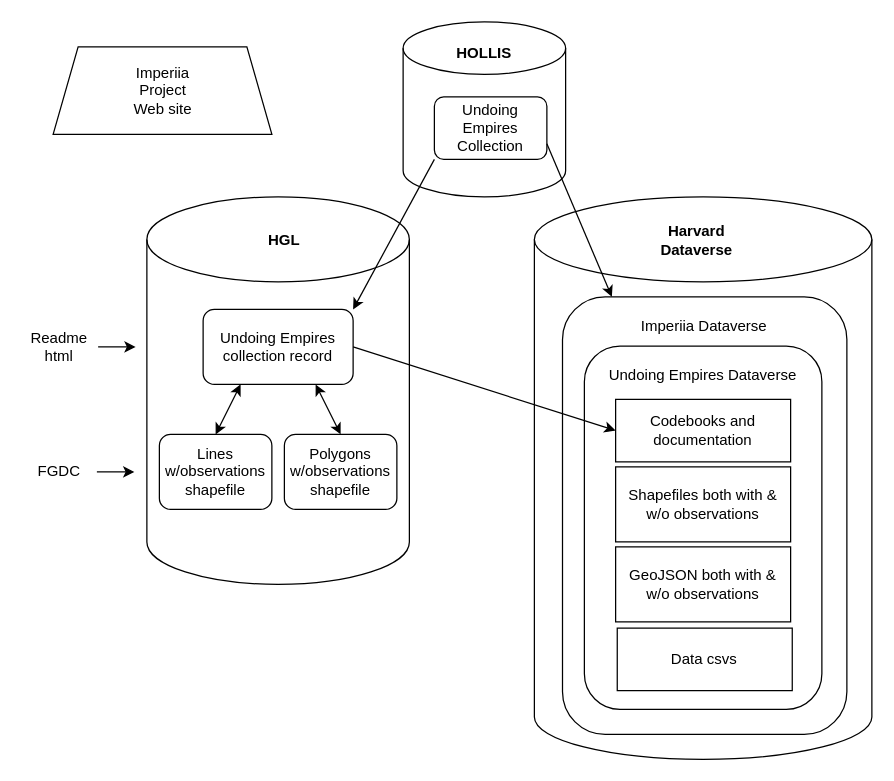
Before: AOK_data.drawio in mmcgee/AOK-2023, a draw.io diagram. Source tidied: cells renumbered, new cells numbered last; positions are measured from the earlier drawing's top-left corner, leaving out a move shared by most shapes. Both pictures are drawn from the tidied source at 125%, with x=0, y=0 at pixel (21, 21).
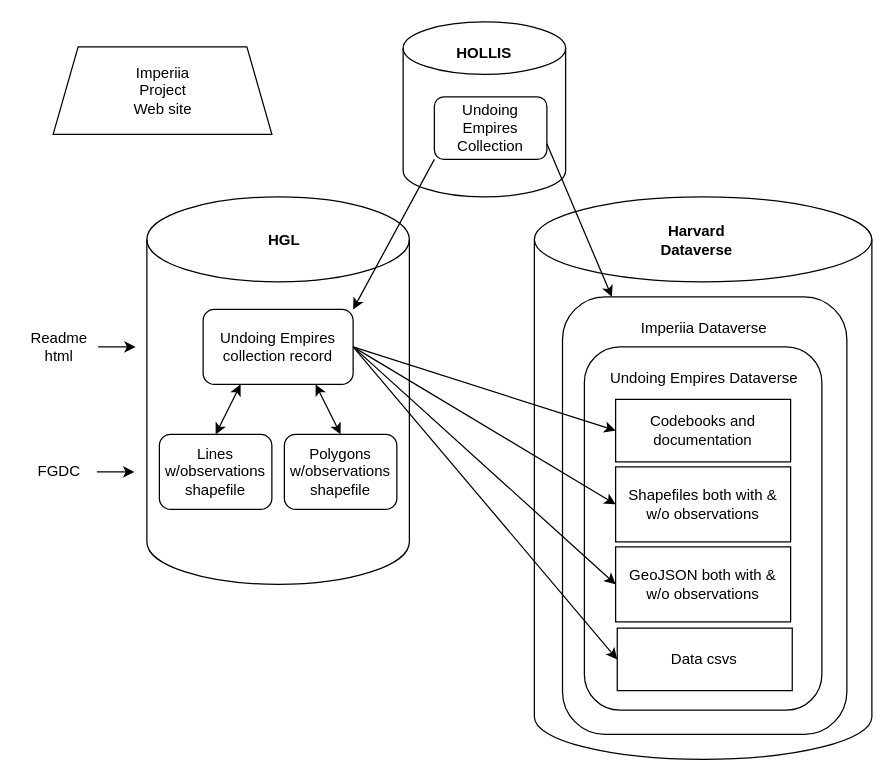
The same diagram, later.

The change refers to these unchanged cells:
```xml
<mxCell id="6" style="rounded=1;whiteSpace=wrap;html=1;" parent="1" vertex="1">
  <mxGeometry x="145" y="230" width="120" height="60" as="geometry" />
</mxCell>
<mxCell id="31" value="Shapefiles both with &amp;amp; w/o observations" style="rounded=0;whiteSpace=wrap;html=1;" parent="1" vertex="1">
  <mxGeometry x="475" y="356" width="140" height="60" as="geometry" />
</mxCell>
<mxCell id="32" value="GeoJSON both with &amp;amp; w/o observations" style="rounded=0;whiteSpace=wrap;html=1;" parent="1" vertex="1">
  <mxGeometry x="475" y="420" width="140" height="60" as="geometry" />
</mxCell>
<mxCell id="33" value="Data csvs" style="rounded=0;whiteSpace=wrap;html=1;" parent="1" vertex="1">
  <mxGeometry x="476.3" y="485" width="140" height="50" as="geometry" />
</mxCell>
```

The edit, as a diff of the source:
```diff
@@
     <mxCell id="25" style="rounded=1;whiteSpace=wrap;html=1;" parent="1" vertex="1">
-      <mxGeometry x="450" y="259.4" width="190" height="290.6" as="geometry" />
+      <mxGeometry x="450" y="260" width="190" height="290.6" as="geometry" />
     </mxCell>
     <mxCell id="26" value="Undoing Empires Dataverse" style="text;html=1;strokeColor=none;fillColor=none;align=center;verticalAlign=middle;whiteSpace=wrap;rounded=0;" parent="1" vertex="1">
-      <mxGeometry x="460" y="267.5" width="170" height="30" as="geometry" />
+      <mxGeometry x="461.3" y="270" width="170" height="30" as="geometry" />
     </mxCell>
     <mxCell id="27" value="Imperiia Dataverse" style="text;html=1;strokeColor=none;fillColor=none;align=center;verticalAlign=middle;whiteSpace=wrap;rounded=0;" parent="1" vertex="1">
-      <mxGeometry x="486.3" y="229.4" width="120" height="30" as="geometry" />
+      <mxGeometry x="486.3" y="230" width="120" height="30" as="geometry" />
     </mxCell>
@@
+    <mxCell id="35" style="endArrow=classic;html=1;rounded=0;exitX=1;exitY=0.5;exitDx=0;exitDy=0;entryX=0;entryY=0.5;entryDx=0;entryDy=0;" parent="1" edge="1" source="6" target="31">
+      <mxGeometry relative="1" as="geometry" />
+    </mxCell>
+    <mxCell id="36" style="endArrow=classic;html=1;rounded=0;entryX=0;entryY=0.5;entryDx=0;entryDy=0;exitX=1;exitY=0.5;exitDx=0;exitDy=0;" parent="1" edge="1" source="6" target="32">
+      <mxGeometry relative="1" as="geometry" />
+    </mxCell>
+    <mxCell id="37" style="endArrow=classic;html=1;rounded=0;exitX=1;exitY=0.5;exitDx=0;exitDy=0;entryX=0;entryY=0.5;entryDx=0;entryDy=0;" parent="1" edge="1" source="6" target="33">
+      <mxGeometry relative="1" as="geometry" />
+    </mxCell>
```
